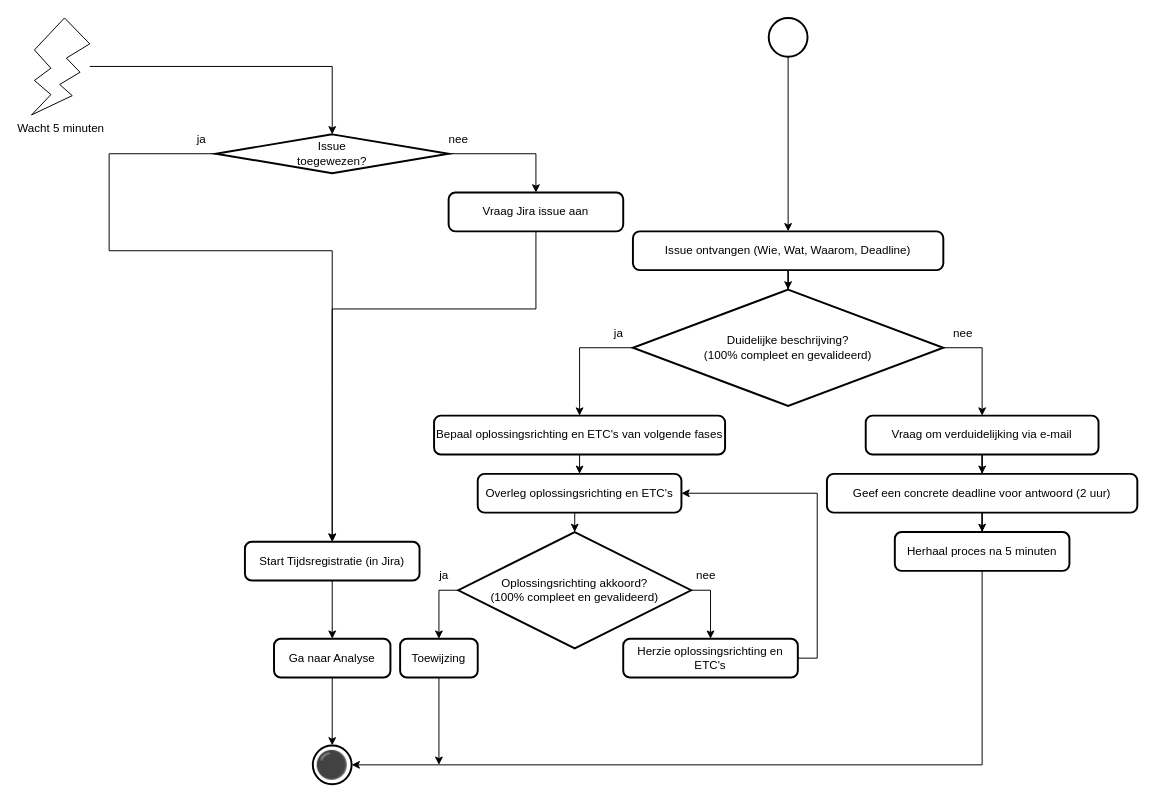
This is 1 Issue Tracker intake.drawio from Zaibatsu89/IssueTracker, a draw.io file, before an edit. Source tidied: cells renumbered, new cells numbered last; positions are measured from the earlier drawing's top-left corner, leaving out a move shared by most shapes. Both pictures are drawn from the tidied source at 97%, with x=0, y=0 at pixel (31, 17).
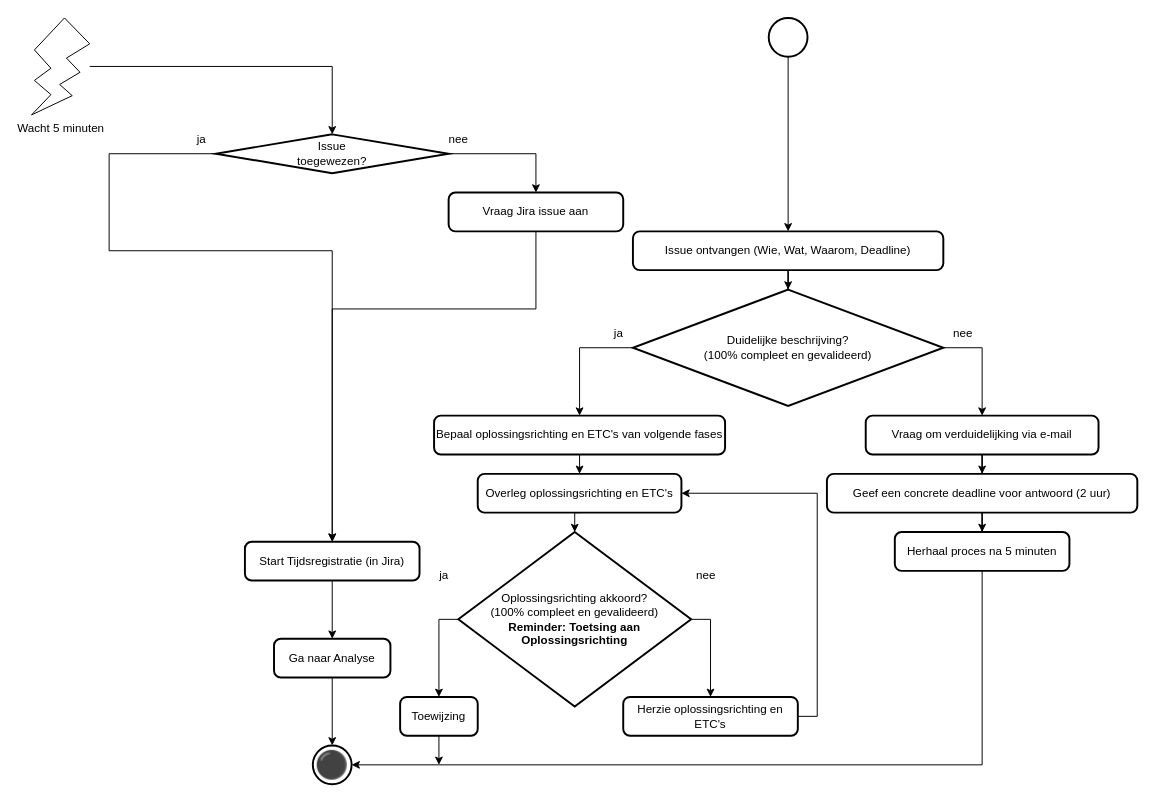
The same page after the edit.

Commit message (it also covers changes not shown here):
test tegen de opdracht -> implementeer herinnering aan oplossingsrichting van flowchart in checklist

Diff of the diagram source:
```diff
@@
     <mxCell id="32" value="Toewijzing" style="rounded=1;whiteSpace=wrap;html=1;absoluteArcSize=1;arcSize=14;strokeWidth=2;" parent="1" vertex="1">
-      <mxGeometry x="380" y="640" width="80" height="40" as="geometry" />
+      <mxGeometry x="380" y="700" width="80" height="40" as="geometry" />
     </mxCell>
@@
-    <mxCell id="39" value="Oplossingsrichting akkoord?&lt;div&gt;(100% compleet en gevalideerd)&lt;/div&gt;" style="strokeWidth=2;html=1;shape=mxgraph.flowchart.decision;whiteSpace=wrap;" parent="1" vertex="1">
-      <mxGeometry x="440" y="530" width="240" height="120" as="geometry" />
+    <mxCell id="39" value="Oplossingsrichting akkoord?&lt;div&gt;(100% compleet en gevalideerd)&lt;br&gt;&lt;b&gt;Reminder: Toetsing aan Oplossingsrichting&lt;/b&gt;&lt;/div&gt;" style="strokeWidth=2;html=1;shape=mxgraph.flowchart.decision;whiteSpace=wrap;" parent="1" vertex="1">
+      <mxGeometry x="440" y="530" width="240" height="180" as="geometry" />
     </mxCell>
@@
     <mxCell id="43" value="Herzie oplossingsrichting en ETC's" style="rounded=1;whiteSpace=wrap;html=1;absoluteArcSize=1;arcSize=14;strokeWidth=2;" parent="1" vertex="1">
-      <mxGeometry x="610" y="640" width="180" height="40" as="geometry" />
+      <mxGeometry x="610" y="700" width="180" height="40" as="geometry" />
     </mxCell>
```
